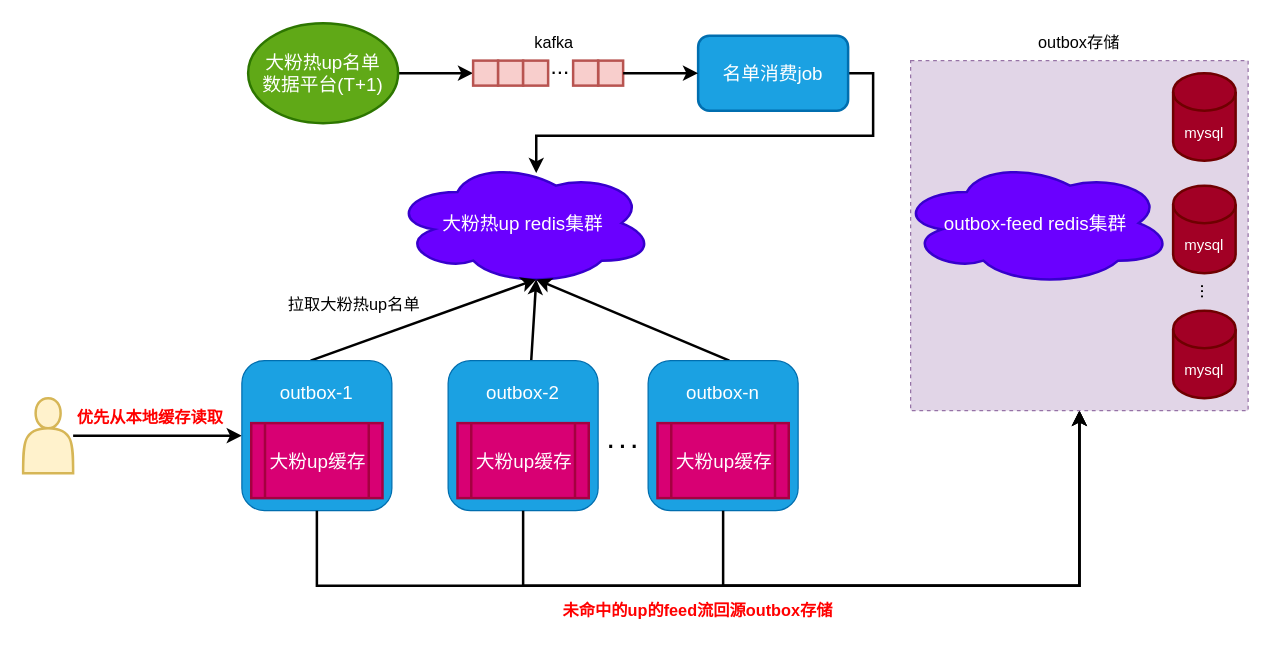
smartcharles/tech_draw keeps this draw.io diagram as outbox本地缓存架构图.drawio. Above is the earlier version. Source tidied: cells renumbered, new cells numbered last; positions are measured from the earlier drawing's top-left corner, leaving out a move shared by most shapes. Both pictures are drawn from the tidied source at 125%, with x=0, y=0 at pixel (22, 22).
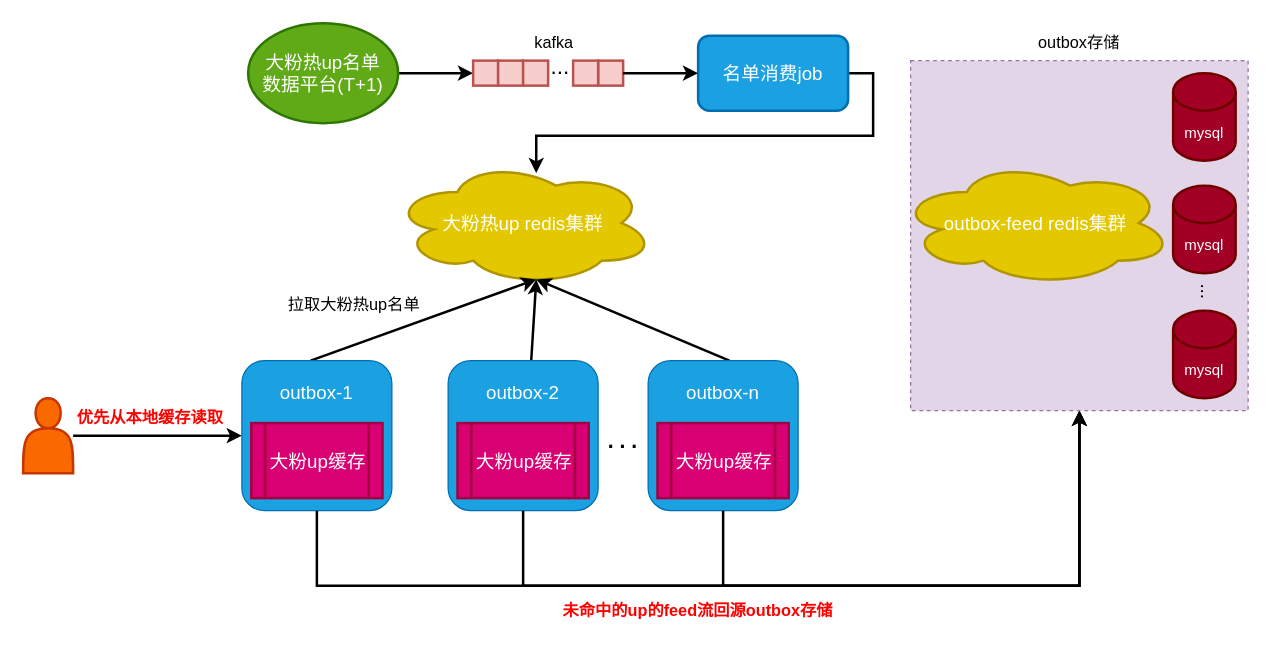
After the change.

Commit message:
更新outbox本地缓存架构图.drawio

The change refers to these unchanged cells:
```xml
<mxCell id="42" style="group;" parent="1" vertex="1">
  <mxGeometry x="700" width="280" height="310" as="geometry" />
</mxCell>
```

The edit, as a diff of the source:
```diff
@@
-    <mxCell id="6" value="&lt;font color=&quot;#ffffff&quot; style=&quot;font-size: 15px;&quot;&gt;大粉热up redis集群&lt;/font&gt;" style="ellipse;shape=cloud;whiteSpace=wrap;html=1;strokeWidth=2;fillColor=#6a00ff;strokeColor=#3700CC;fontColor=#ffffff;" parent="1" vertex="1">
+    <mxCell id="6" value="&lt;font color=&quot;#ffffff&quot; style=&quot;font-size: 15px;&quot;&gt;大粉热up redis集群&lt;/font&gt;" style="ellipse;shape=cloud;whiteSpace=wrap;html=1;strokeWidth=2;fillColor=#e3c800;strokeColor=#B09500;fontColor=#000000;" parent="1" vertex="1">
       <mxGeometry x="295" y="110" width="210" height="100" as="geometry" />
     </mxCell>
@@
-    <mxCell id="12" style="shape=actor;whiteSpace=wrap;html=1;strokeWidth=2;fillColor=#fff2cc;strokeColor=#d6b656;" parent="1" vertex="1">
+    <mxCell id="12" style="shape=actor;whiteSpace=wrap;html=1;strokeWidth=2;fillColor=#fa6800;strokeColor=#C73500;fontColor=#000000;" parent="1" vertex="1">
       <mxGeometry y="300" width="40" height="60" as="geometry" />
     </mxCell>
@@
-    <mxCell id="44" value="&lt;font style=&quot;font-size: 15px;&quot;&gt;outbox-feed redis集群&lt;/font&gt;" style="ellipse;shape=cloud;whiteSpace=wrap;html=1;strokeWidth=2;fillColor=#6a00ff;strokeColor=#3700CC;fontColor=#ffffff;" parent="42" vertex="1">
+    <mxCell id="44" value="&lt;font color=&quot;#ffffff&quot; style=&quot;font-size: 15px;&quot;&gt;outbox-feed redis集群&lt;/font&gt;" style="ellipse;shape=cloud;whiteSpace=wrap;html=1;strokeWidth=2;fillColor=#e3c800;strokeColor=#B09500;fontColor=#000000;" parent="42" vertex="1">
       <mxGeometry y="110" width="220" height="100" as="geometry" />
     </mxCell>
```
